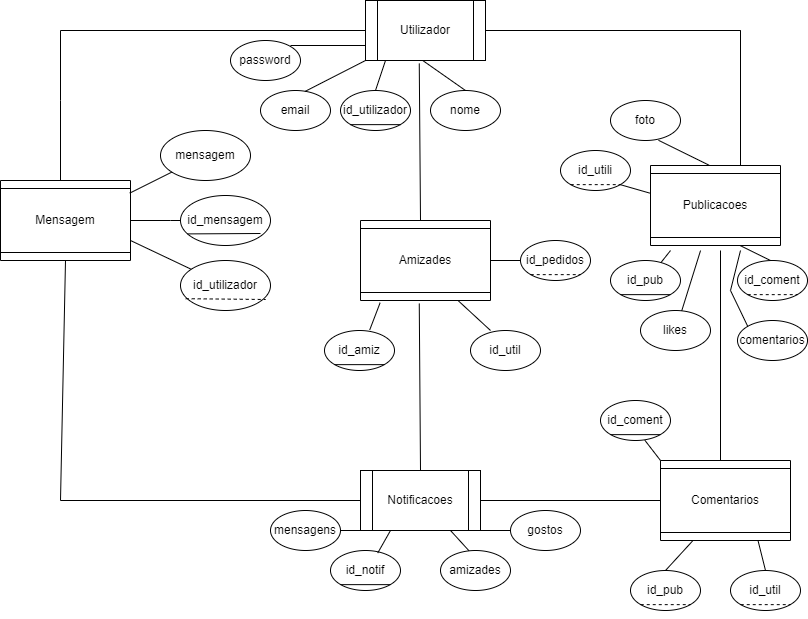
barros0/bubble-project keeps this draw.io diagram as DWM_2021_22-Prj1_Bubble/Ficheiros Originais/Bases de Dados/2211713_JoaoDuarte/Diagram Base de Dados Bubble.drawio.png. Above is the earlier version. Source tidied: cells renumbered, new cells last; positions are measured from the earlier drawing's top-left corner, leaving out a move shared by most shapes.
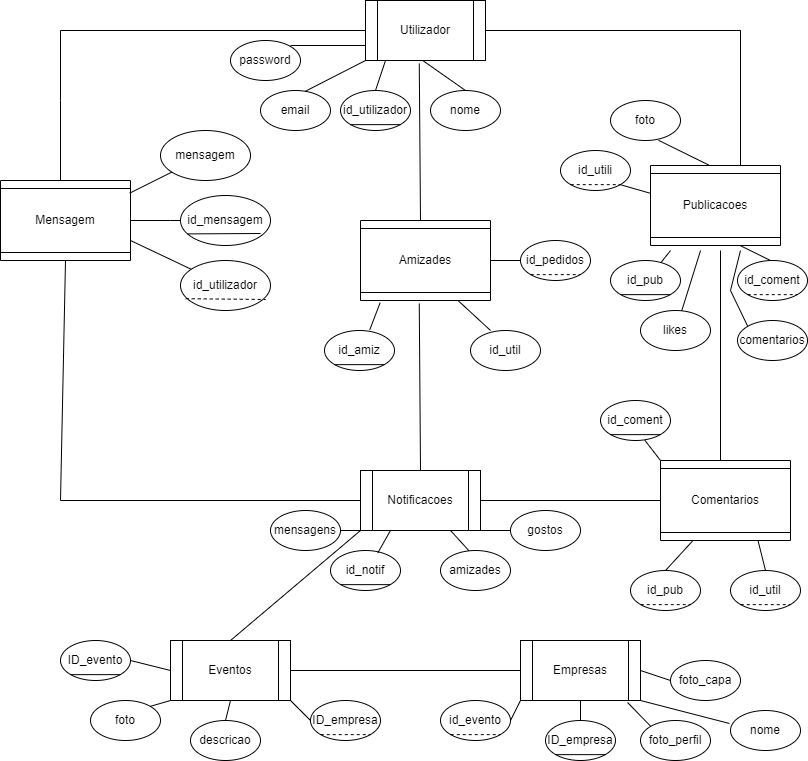
The same file after the commit.

The edit, as a diff of the source:
```diff
@@ -262,5 +262,83 @@
     <mxCell id="74" style="endArrow=none;html=1;rounded=0;entryX=0;entryY=1;entryDx=0;entryDy=0;exitX=1;exitY=1;exitDx=0;exitDy=0;" parent="1" edge="1" source="66" target="66">
       <mxGeometry relative="1" as="geometry" />
     </mxCell>
+    <mxCell id="75" value="Eventos" style="shape=process;whiteSpace=wrap;html=1;backgroundOutline=1;" parent="1" vertex="1">
+      <mxGeometry x="170" y="640" width="120" height="60" as="geometry" />
+    </mxCell>
+    <mxCell id="76" value="Empresas" style="shape=process;whiteSpace=wrap;html=1;backgroundOutline=1;" parent="1" vertex="1">
+      <mxGeometry x="520" y="640" width="120" height="60" as="geometry" />
+    </mxCell>
+    <mxCell id="77" style="endArrow=none;html=1;rounded=0;exitX=1;exitY=0.5;exitDx=0;exitDy=0;entryX=0;entryY=0.5;entryDx=0;entryDy=0;" parent="1" edge="1" source="75" target="76">
+      <mxGeometry relative="1" as="geometry" />
+    </mxCell>
+    <mxCell id="78" style="endArrow=none;html=1;rounded=0;exitX=0.5;exitY=0;exitDx=0;exitDy=0;entryX=0;entryY=1;entryDx=0;entryDy=0;" parent="1" edge="1" source="75" target="62">
+      <mxGeometry relative="1" as="geometry" />
+    </mxCell>
+    <mxCell id="79" value="ID_evento" style="ellipse;whiteSpace=wrap;html=1;" parent="1" vertex="1">
+      <mxGeometry x="60" y="640" width="70" height="40" as="geometry" />
+    </mxCell>
+    <mxCell id="80" value="foto" style="ellipse;whiteSpace=wrap;html=1;" parent="1" vertex="1">
+      <mxGeometry x="90" y="700" width="70" height="40" as="geometry" />
+    </mxCell>
+    <mxCell id="81" value="descricao" style="ellipse;whiteSpace=wrap;html=1;" parent="1" vertex="1">
+      <mxGeometry x="190" y="720" width="70" height="40" as="geometry" />
+    </mxCell>
+    <mxCell id="82" value="ID_empresa" style="ellipse;whiteSpace=wrap;html=1;" parent="1" vertex="1">
+      <mxGeometry x="310" y="700" width="70" height="40" as="geometry" />
+    </mxCell>
+    <mxCell id="83" style="endArrow=none;html=1;rounded=0;exitX=1;exitY=1;exitDx=0;exitDy=0;entryX=0;entryY=0.5;entryDx=0;entryDy=0;" parent="1" edge="1" source="75" target="82">
+      <mxGeometry relative="1" as="geometry" />
+    </mxCell>
+    <mxCell id="84" style="endArrow=none;html=1;rounded=0;exitX=0.5;exitY=1;exitDx=0;exitDy=0;entryX=0.5;entryY=0;entryDx=0;entryDy=0;" parent="1" edge="1" source="75" target="81">
+      <mxGeometry relative="1" as="geometry" />
+    </mxCell>
+    <mxCell id="85" style="endArrow=none;html=1;rounded=0;exitX=0;exitY=1;exitDx=0;exitDy=0;entryX=1;entryY=0;entryDx=0;entryDy=0;" parent="1" edge="1" source="75" target="80">
+      <mxGeometry relative="1" as="geometry" />
+    </mxCell>
+    <mxCell id="86" style="endArrow=none;html=1;rounded=0;exitX=0;exitY=0.5;exitDx=0;exitDy=0;entryX=1;entryY=0.5;entryDx=0;entryDy=0;" parent="1" edge="1" source="75" target="79">
+      <mxGeometry relative="1" as="geometry" />
+    </mxCell>
+    <mxCell id="87" style="endArrow=none;dashed=1;html=1;rounded=0;exitX=0;exitY=1;exitDx=0;exitDy=0;entryX=1;entryY=1;entryDx=0;entryDy=0;" parent="1" edge="1" source="82" target="82">
+      <mxGeometry relative="1" as="geometry" />
+    </mxCell>
+    <mxCell id="88" style="endArrow=none;html=1;rounded=0;entryX=0;entryY=1;entryDx=0;entryDy=0;exitX=1;exitY=1;exitDx=0;exitDy=0;" parent="1" edge="1" source="79" target="79">
+      <mxGeometry relative="1" as="geometry" />
+    </mxCell>
+    <mxCell id="89" value="ID_empresa" style="ellipse;whiteSpace=wrap;html=1;" parent="1" vertex="1">
+      <mxGeometry x="545" y="720" width="70" height="40" as="geometry" />
+    </mxCell>
+    <mxCell id="90" style="endArrow=none;html=1;rounded=0;exitX=0.5;exitY=0;exitDx=0;exitDy=0;entryX=0.5;entryY=1;entryDx=0;entryDy=0;" parent="1" edge="1" source="89" target="76">
+      <mxGeometry relative="1" as="geometry" />
+    </mxCell>
+    <mxCell id="91" style="endArrow=none;html=1;rounded=0;exitX=0;exitY=1;exitDx=0;exitDy=0;entryX=1;entryY=1;entryDx=0;entryDy=0;" parent="1" edge="1" source="89" target="89">
+      <mxGeometry relative="1" as="geometry" />
+    </mxCell>
+    <mxCell id="92" value="foto_perfil" style="ellipse;whiteSpace=wrap;html=1;" parent="1" vertex="1">
+      <mxGeometry x="640" y="720" width="70" height="40" as="geometry" />
+    </mxCell>
+    <mxCell id="93" value="foto_capa" style="ellipse;whiteSpace=wrap;html=1;" parent="1" vertex="1">
+      <mxGeometry x="670" y="660" width="70" height="40" as="geometry" />
+    </mxCell>
+    <mxCell id="94" value="id_evento" style="ellipse;whiteSpace=wrap;html=1;" parent="1" vertex="1">
+      <mxGeometry x="440" y="700" width="70" height="40" as="geometry" />
+    </mxCell>
+    <mxCell id="95" style="endArrow=none;html=1;rounded=0;exitX=0;exitY=0;exitDx=0;exitDy=0;entryX=0.892;entryY=1.033;entryDx=0;entryDy=0;entryPerimeter=0;" parent="1" edge="1" source="92" target="76">
+      <mxGeometry relative="1" as="geometry" />
+    </mxCell>
+    <mxCell id="96" style="endArrow=none;html=1;rounded=0;exitX=0;exitY=0.5;exitDx=0;exitDy=0;entryX=1;entryY=0.5;entryDx=0;entryDy=0;" parent="1" edge="1" source="93" target="76">
+      <mxGeometry relative="1" as="geometry" />
+    </mxCell>
+    <mxCell id="97" style="endArrow=none;dashed=1;html=1;rounded=0;exitX=0;exitY=1;exitDx=0;exitDy=0;entryX=1;entryY=1;entryDx=0;entryDy=0;" parent="1" edge="1" source="94" target="94">
+      <mxGeometry relative="1" as="geometry" />
+    </mxCell>
+    <mxCell id="98" value="nome" style="ellipse;whiteSpace=wrap;html=1;" parent="1" vertex="1">
+      <mxGeometry x="730" y="710" width="70" height="40" as="geometry" />
+    </mxCell>
+    <mxCell id="99" style="endArrow=none;html=1;rounded=0;exitX=-0.014;exitY=0.325;exitDx=0;exitDy=0;entryX=1;entryY=1;entryDx=0;entryDy=0;exitPerimeter=0;" parent="1" edge="1" source="98" target="76">
+      <mxGeometry relative="1" as="geometry" />
+    </mxCell>
+    <mxCell id="100" style="endArrow=none;html=1;rounded=0;exitX=1;exitY=0.5;exitDx=0;exitDy=0;entryX=0;entryY=1;entryDx=0;entryDy=0;" parent="1" edge="1" source="94" target="76">
+      <mxGeometry relative="1" as="geometry" />
+    </mxCell>
   </root>
 </mxGraphModel>
```
